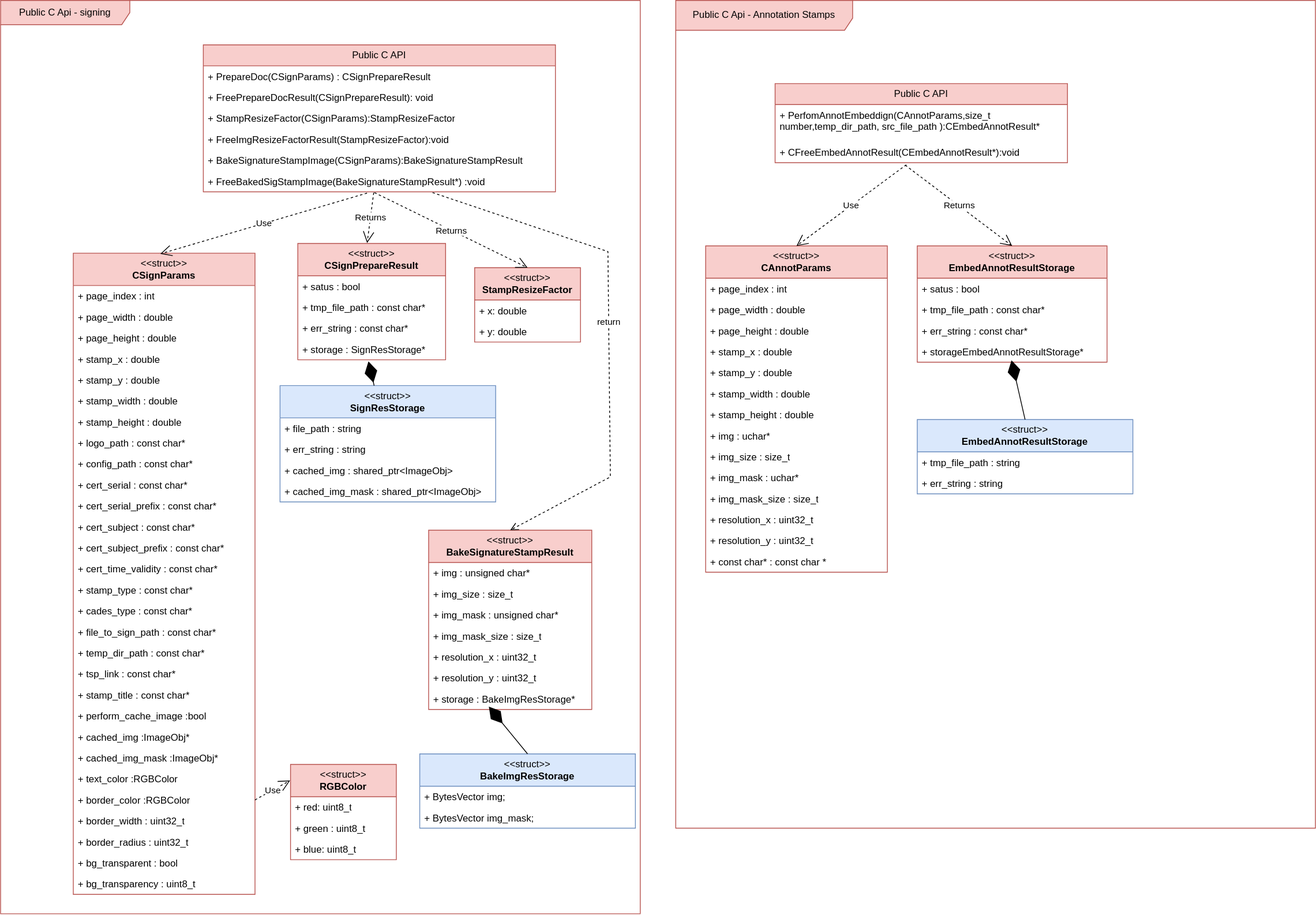
The draw.io diagram docs/public_c_api.drawio.svg in 3036662/pdf_scp, before a commit. Source tidied: cells renumbered, new cells last; positions are measured from the earlier drawing's top-left corner, leaving out a move shared by most shapes.
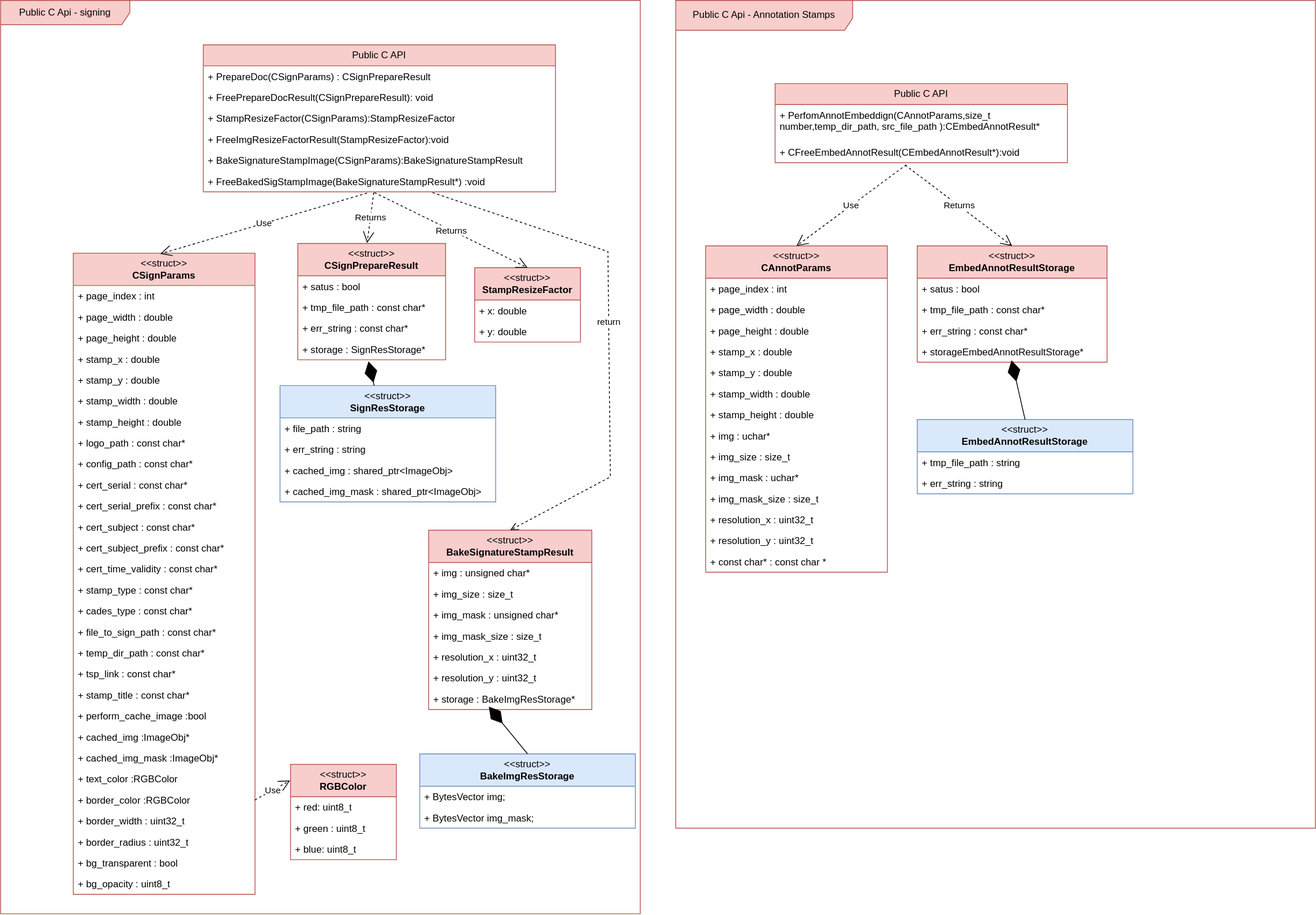
After the commit.

Change to the diagram source:
```diff
@@ -206,7 +206,7 @@
     <mxCell id="69" value="+ bg_transparent : bool" style="text;strokeColor=none;fillColor=none;align=left;verticalAlign=top;spacingLeft=4;spacingRight=4;overflow=hidden;whiteSpace=wrap;html=1;" parent="41" vertex="1">
       <mxGeometry y="742" width="225" height="26" as="geometry" />
     </mxCell>
-    <mxCell id="70" value="+ bg_transparency : uint8_t" style="text;strokeColor=none;fillColor=none;align=left;verticalAlign=top;spacingLeft=4;spacingRight=4;overflow=hidden;whiteSpace=wrap;html=1;" parent="41" vertex="1">
+    <mxCell id="70" value="+ bg_opacity : uint8_t" style="text;strokeColor=none;fillColor=none;align=left;verticalAlign=top;spacingLeft=4;spacingRight=4;overflow=hidden;whiteSpace=wrap;html=1;" parent="41" vertex="1">
       <mxGeometry y="768" width="225" height="26" as="geometry" />
     </mxCell>
     <mxCell id="71" value="&lt;div&gt;&amp;lt;&amp;lt;struct&amp;gt;&amp;gt;&lt;b&gt;&lt;br&gt;&lt;/b&gt;&lt;/div&gt;&lt;div&gt;&lt;b&gt;CSignPrepareResult&lt;/b&gt;&lt;/div&gt;" style="swimlane;fontStyle=0;horizontal=1;startSize=40;fillColor=#f8cecc;whiteSpace=wrap;html=1;strokeColor=#b85450;" parent="1" vertex="1">
```
